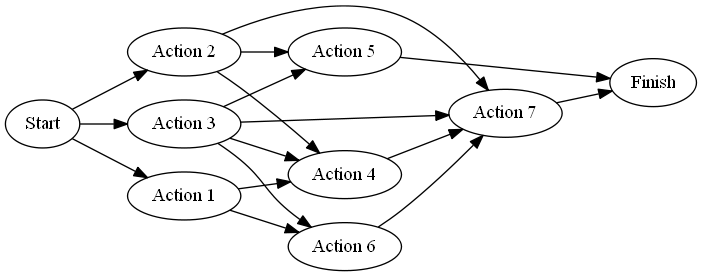
Earlier version of the Graphviz export scheduling.png (hbierlee/ArtificialIntelligenceExams). Its source is kept beside it as scheduling.dot. Source of this version:
```dot
digraph {
	rankdir="LR";
	1 [label="Start"];
	1 -> 2;
	1 -> 3;
	1 -> 4;

	2 [label="Action 1"];
	2 -> 5;
	2 -> 7;

	3 [label="Action 2"];
	3 -> 5;
	3 -> 6;
	3 -> 8;

	4 [label="Action 3"];
	4 -> 5;
	4 -> 6;
	4 -> 7;
	4 -> 8;

	5 [label="Action 4"];
	5 -> 8;

	6 [label="Action 5"];
	6 -> 9;

	7 [label="Action 6"];
	7 -> 8;

	8 [label="Action 7"];
	8 -> 9;

	9 [label="Finish"]
}
```
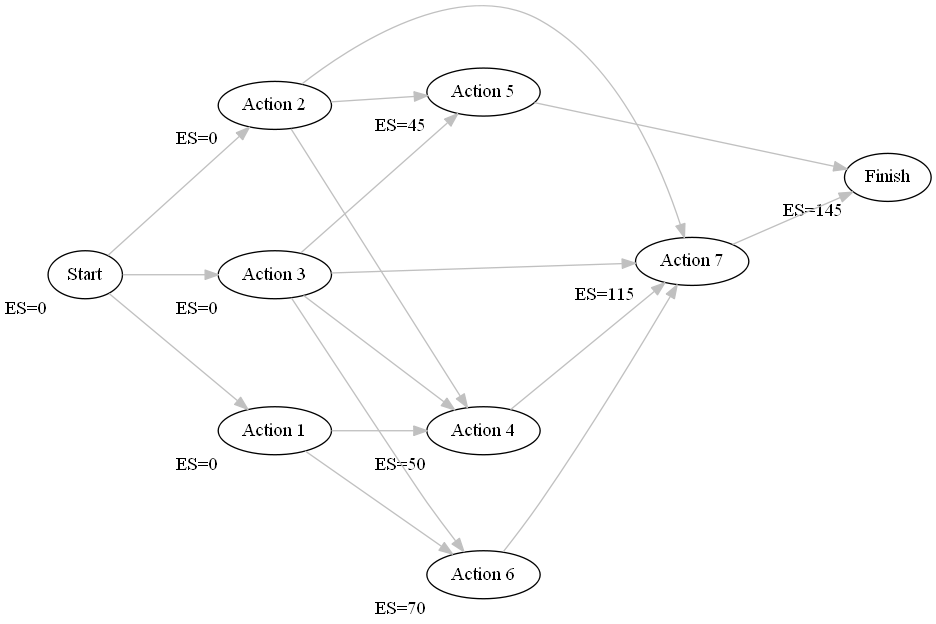
The same file after the commit.

Diff of the diagram source:
```diff
@@ -32,5 +32,5 @@
 	8 [label="Action 7"];
 	8 -> 9;
 
-	9 [label="Finish"]
+	9 [label="Finish"];
 }
```
